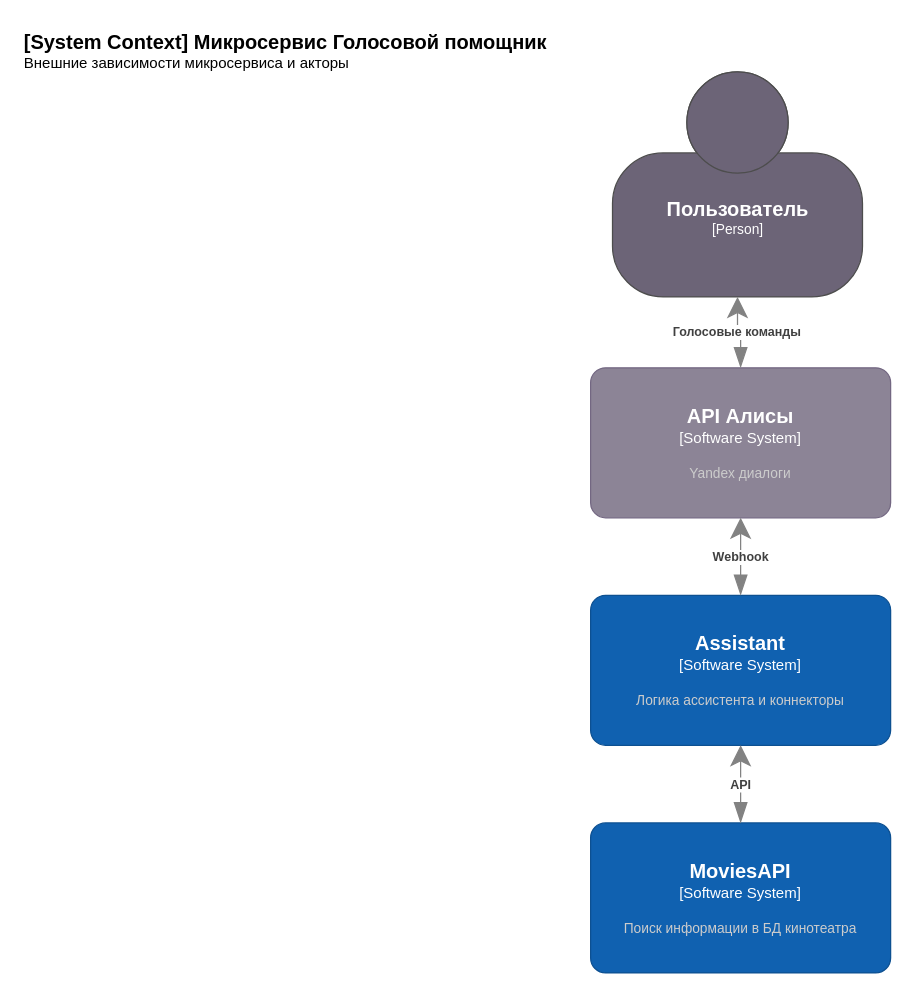
The draw.io diagram page "Context" (3 of 5) of docs/assistant.drawio in mkosinov/practicum_graduate_work, before the edit. Source tidied: cells renumbered, new cells numbered last; positions are measured from the earlier drawing's top-left corner, leaving out a move shared by most shapes. Both pictures are drawn from the tidied source at 125%, with x=0, y=0 at pixel (21, 21).
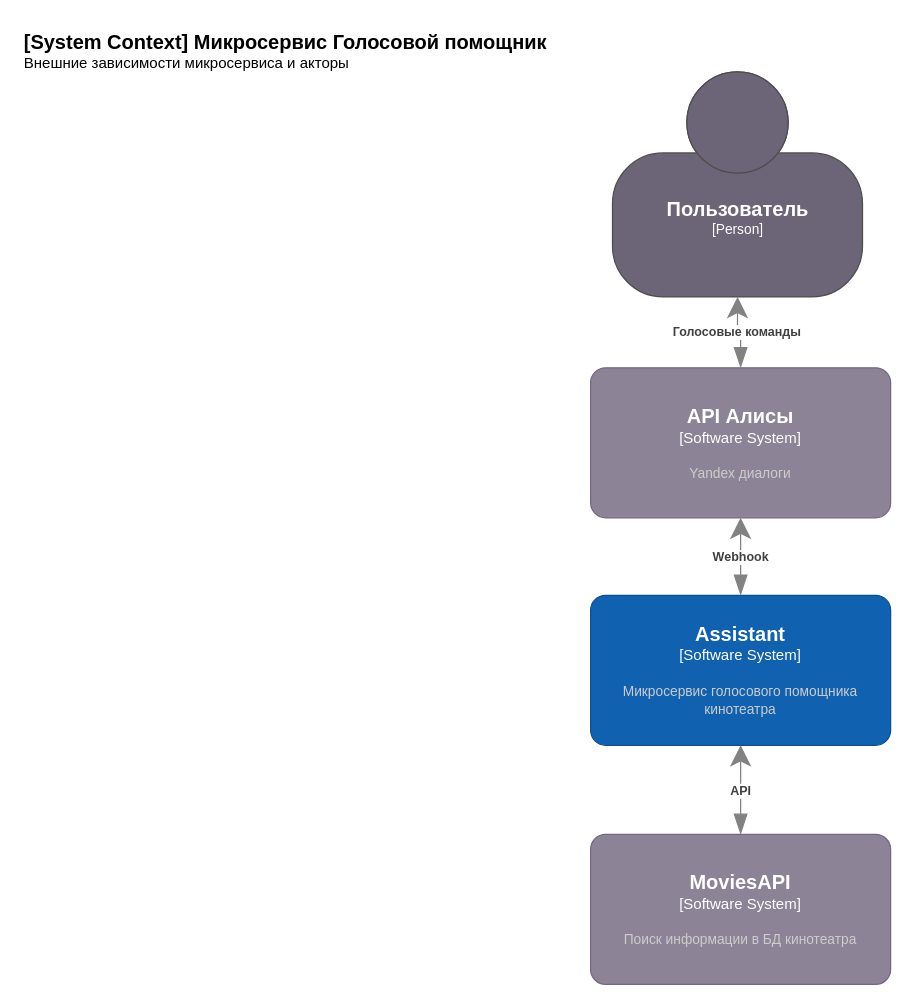
The same page after the edit.

Diff of the diagram source:
```diff
@@
 <mxGraphModel>
   <root>
     <mxCell id="0" />
     <mxCell id="1" parent="0" />
     <object id="2" label="&lt;font style=&quot;font-size: 16px&quot;&gt;&lt;b&gt;&lt;div style=&quot;text-align: left&quot;&gt;%c4Name%&lt;/div&gt;&lt;/b&gt;&lt;/font&gt;&lt;div style=&quot;text-align: left&quot;&gt;%c4Description%&lt;/div&gt;" c4Description="Внешние зависимости микросервиса и акторы" c4Name="[System Context] Микросервис Голосовой помощник" placeholders="1">
       <mxCell style="text;html=1;strokeColor=none;fillColor=none;align=left;verticalAlign=top;whiteSpace=wrap;rounded=0;" parent="1" vertex="1">
         <mxGeometry width="475" height="40" as="geometry" />
       </mxCell>
     </object>
     <object id="3" label="&lt;font style=&quot;font-size: 16px&quot;&gt;&lt;b&gt;%c4Name%&lt;/b&gt;&lt;/font&gt;&lt;div&gt;[%c4Type%]&lt;/div&gt;&lt;br&gt;&lt;div&gt;&lt;font style=&quot;font-size: 11px&quot;&gt;&lt;font color=&quot;#cccccc&quot;&gt;%c4Description%&lt;/font&gt;&lt;/div&gt;" c4Description="" c4Name="Пользователь" c4Type="Person" placeholders="1">
       <mxCell style="html=1;fontSize=11;dashed=0;whiteSpace=wrap;fillColor=#6C6477;strokeColor=#4D4D4D;fontColor=#ffffff;shape=mxgraph.c4.person2;align=center;points=[[0.5,0,0],[1,0.5,0],[1,0.75,0],[0.75,1,0],[0.5,1,0],[0.25,1,0],[0,0.75,0],[0,0.5,0]];" parent="1" vertex="1">
         <mxGeometry x="472.5" y="40" width="200" height="180" as="geometry" />
       </mxCell>
     </object>
-    <object id="4" label="&lt;font style=&quot;font-size: 16px&quot;&gt;&lt;b&gt;%c4Name%&lt;/b&gt;&lt;/font&gt;&lt;div&gt;[%c4Type%]&lt;/div&gt;&lt;br&gt;&lt;div&gt;&lt;font style=&quot;font-size: 11px&quot;&gt;&lt;font color=&quot;#cccccc&quot;&gt;%c4Description%&lt;/font&gt;&lt;/div&gt;" c4Description="Логика ассистента и коннекторы" c4Name="Assistant" c4Type="Software System" placeholders="1">
+    <object id="4" label="&lt;font style=&quot;font-size: 16px&quot;&gt;&lt;b&gt;%c4Name%&lt;/b&gt;&lt;/font&gt;&lt;div&gt;[%c4Type%]&lt;/div&gt;&lt;br&gt;&lt;div&gt;&lt;font style=&quot;font-size: 11px&quot;&gt;&lt;font color=&quot;#cccccc&quot;&gt;%c4Description%&lt;/font&gt;&lt;/div&gt;" c4Description="Микросервис голосового помощника кинотеатра" c4Name="Assistant" c4Type="Software System" placeholders="1">
       <mxCell style="rounded=1;whiteSpace=wrap;html=1;labelBackgroundColor=none;fillColor=#1061B0;fontColor=#ffffff;align=center;arcSize=10;strokeColor=#0D5091;" parent="1" vertex="1">
         <mxGeometry x="455" y="458.7" width="240" height="120" as="geometry" />
       </mxCell>
     </object>
-    <object id="5" label="&lt;font style=&quot;font-size: 16px&quot;&gt;&lt;b&gt;%c4Name%&lt;/b&gt;&lt;/font&gt;&lt;div&gt;[%c4Type%]&lt;/div&gt;&lt;br&gt;&lt;div&gt;&lt;font style=&quot;font-size: 11px&quot;&gt;&lt;font color=&quot;#cccccc&quot;&gt;%c4Description%&lt;/font&gt;&lt;/div&gt;" c4Description="Поиск информации в БД кинотеатра" c4Name="MoviesAPI" c4Type="Software System" placeholders="1">
-      <mxCell style="rounded=1;whiteSpace=wrap;html=1;labelBackgroundColor=none;fillColor=#1061B0;fontColor=#ffffff;align=center;arcSize=10;strokeColor=#0D5091;points=[[0.25,0,0],[0.5,0,0],[0.75,0,0],[1,0.25,0],[1,0.5,0],[1,0.75,0],[0.75,1,0],[0.5,1,0],[0.25,1,0],[0,0.75,0],[0,0.5,0],[0,0.25,0]];" parent="1" vertex="1">
-        <mxGeometry x="455" y="640.8" width="240" height="120" as="geometry" />
-      </mxCell>
-    </object>
     <object id="6" label="&lt;font style=&quot;font-size: 16px&quot;&gt;&lt;b&gt;%c4Name%&lt;/b&gt;&lt;/font&gt;&lt;div&gt;[%c4Type%]&lt;/div&gt;&lt;br&gt;&lt;div&gt;&lt;font style=&quot;font-size: 11px&quot;&gt;&lt;font color=&quot;#cccccc&quot;&gt;%c4Description%&lt;/font&gt;&lt;/div&gt;" c4Description="Yandex диалоги" c4Name="API Алисы" c4Type="Software System" placeholders="1">
       <mxCell style="rounded=1;whiteSpace=wrap;html=1;labelBackgroundColor=none;fillColor=#8C8496;fontColor=#ffffff;align=center;arcSize=10;strokeColor=#736782;points=[[0.25,0,0],[0.5,0,0],[0.75,0,0],[1,0.25,0],[1,0.5,0],[1,0.75,0],[0.75,1,0],[0.5,1,0],[0.25,1,0],[0,0.75,0],[0,0.5,0],[0,0.25,0]];" parent="1" vertex="1">
         <mxGeometry x="455" y="276.7" width="240" height="120" as="geometry" />
       </mxCell>
     </object>
     <object id="7" label="&lt;div style=&quot;text-align: left&quot;&gt;&lt;div style=&quot;text-align: center&quot;&gt;&lt;b&gt;%c4Description%&lt;/b&gt;&lt;/div&gt;" c4Description="Голосовые команды" placeholders="1">
       <mxCell style="endArrow=blockThin;html=1;fontSize=10;fontColor=#404040;strokeWidth=1;endFill=1;strokeColor=#828282;elbow=vertical;endSize=14;startSize=14;jumpStyle=arc;jumpSize=16;rounded=0;edgeStyle=orthogonalEdgeStyle;exitX=0.5;exitY=1;exitDx=0;exitDy=0;exitPerimeter=0;entryX=0.5;entryY=0;entryDx=0;entryDy=0;entryPerimeter=0;startArrow=classic;startFill=1;" parent="1" edge="1" source="3" target="6">
         <mxGeometry x="-0.04" relative="1" as="geometry" />
       </mxCell>
     </object>
     <object id="8" label="&lt;div style=&quot;text-align: left&quot;&gt;&lt;div style=&quot;text-align: center&quot;&gt;&lt;b&gt;%c4Description%&lt;/b&gt;&lt;/div&gt;" c4Description="Webhook" placeholders="1">
       <mxCell style="endArrow=blockThin;html=1;fontSize=10;fontColor=#404040;strokeWidth=1;endFill=1;strokeColor=#828282;elbow=vertical;endSize=14;startSize=14;jumpStyle=arc;jumpSize=16;rounded=0;edgeStyle=orthogonalEdgeStyle;exitX=0.5;exitY=1;exitDx=0;exitDy=0;exitPerimeter=0;entryX=0.5;entryY=0;entryDx=0;entryDy=0;entryPerimeter=0;startArrow=classic;startFill=1;" parent="1" edge="1" source="6">
         <mxGeometry relative="1" as="geometry">
           <mxPoint x="575" y="458.7" as="targetPoint" />
         </mxGeometry>
       </mxCell>
     </object>
     <object id="9" label="&lt;div style=&quot;text-align: left&quot;&gt;&lt;div style=&quot;text-align: center&quot;&gt;&lt;b&gt;%c4Description%&lt;/b&gt;&lt;/div&gt;" c4Description="API" placeholders="1">
       <mxCell style="endArrow=blockThin;html=1;fontSize=10;fontColor=#404040;strokeWidth=1;endFill=1;strokeColor=#828282;elbow=vertical;endSize=14;startSize=14;jumpStyle=arc;jumpSize=16;rounded=0;edgeStyle=orthogonalEdgeStyle;exitX=0.5;exitY=1;exitDx=0;exitDy=0;exitPerimeter=0;entryX=0.5;entryY=0;entryDx=0;entryDy=0;entryPerimeter=0;startArrow=classic;startFill=1;" parent="1" edge="1" target="5">
         <mxGeometry x="0.01" relative="1" as="geometry">
           <mxPoint x="575" y="578.7" as="sourcePoint" />
           <Array as="points">
-            <mxPoint x="575" y="579" />
-            <mxPoint x="575" y="641" />
+            <mxPoint x="575" y="650" />
           </Array>
         </mxGeometry>
       </mxCell>
     </object>
+    <object id="5" label="&lt;font style=&quot;font-size: 16px&quot;&gt;&lt;b&gt;%c4Name%&lt;/b&gt;&lt;/font&gt;&lt;div&gt;[%c4Type%]&lt;/div&gt;&lt;br&gt;&lt;div&gt;&lt;font style=&quot;font-size: 11px&quot;&gt;&lt;font color=&quot;#cccccc&quot;&gt;%c4Description%&lt;/font&gt;&lt;/div&gt;" c4Description="Поиск информации в БД кинотеатра" c4Name="MoviesAPI" c4Type="Software System" placeholders="1">
+      <mxCell style="rounded=1;whiteSpace=wrap;html=1;labelBackgroundColor=none;fillColor=#8C8496;fontColor=#ffffff;align=center;arcSize=10;strokeColor=#736782;points=[[0.25,0,0],[0.5,0,0],[0.75,0,0],[1,0.25,0],[1,0.5,0],[1,0.75,0],[0.75,1,0],[0.5,1,0],[0.25,1,0],[0,0.75,0],[0,0.5,0],[0,0.25,0]];" parent="1" vertex="1">
+        <mxGeometry x="455" y="650" width="240" height="120" as="geometry" />
+      </mxCell>
+    </object>
   </root>
 </mxGraphModel>
```
